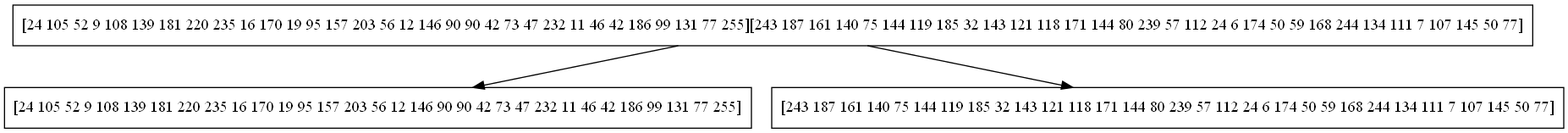
This is Cliente/src/assets/arboles/merkleInventario.png from RojasCJP/EDD_VirtualMall_201900289, a Graphviz export, as it was before one commit. Its source is kept beside it as Cliente/src/assets/graphviz/merkleInventario.dot.
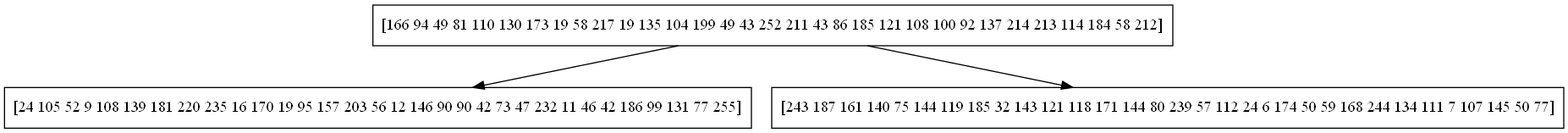
The same file after the commit.

Commit message:
ya se jalan bien los arboles de merkle

What changed in the source:
```diff
@@ -2,7 +2,7 @@
   node [shape=record]
 "[24 105 52 9 108 139 181 220 235 16 170 19 95 157 203 56 12 146 90 90 42 73 47 232 11 46 42 186 99 131 77 255]" [label="[24 105 52 9 108 139 181 220 235 16 170 19 95 157 203 56 12 146 90 90 42 73 47 232 11 46 42 186 99 131 77 255]"]
 "[243 187 161 140 75 144 119 185 32 143 121 118 171 144 80 239 57 112 24 6 174 50 59 168 244 134 111 7 107 145 50 77]" [label="[243 187 161 140 75 144 119 185 32 143 121 118 171 144 80 239 57 112 24 6 174 50 59 168 244 134 111 7 107 145 50 77]"]
-"[24 105 52 9 108 139 181 220 235 16 170 19 95 157 203 56 12 146 90 90 42 73 47 232 11 46 42 186 99 131 77 255][243 187 161 140 75 144 119 185 32 143 121 118 171 144 80 239 57 112 24 6 174 50 59 168 244 134 111 7 107 145 50 77]" [label="[24 105 52 9 108 139 181 220 235 16 170 19 95 157 203 56 12 146 90 90 42 73 47 232 11 46 42 186 99 131 77 255][243 187 161 140 75 144 119 185 32 143 121 118 171 144 80 239 57 112 24 6 174 50 59 168 244 134 111 7 107 145 50 77]"]
-"[24 105 52 9 108 139 181 220 235 16 170 19 95 157 203 56 12 146 90 90 42 73 47 232 11 46 42 186 99 131 77 255][243 187 161 140 75 144 119 185 32 143 121 118 171 144 80 239 57 112 24 6 174 50 59 168 244 134 111 7 107 145 50 77]"->"[24 105 52 9 108 139 181 220 235 16 170 19 95 157 203 56 12 146 90 90 42 73 47 232 11 46 42 186 99 131 77 255]"
-"[24 105 52 9 108 139 181 220 235 16 170 19 95 157 203 56 12 146 90 90 42 73 47 232 11 46 42 186 99 131 77 255][243 187 161 140 75 144 119 185 32 143 121 118 171 144 80 239 57 112 24 6 174 50 59 168 244 134 111 7 107 145 50 77]"->"[243 187 161 140 75 144 119 185 32 143 121 118 171 144 80 239 57 112 24 6 174 50 59 168 244 134 111 7 107 145 50 77]"
+"[166 94 49 81 110 130 173 19 58 217 19 135 104 199 49 43 252 211 43 86 185 121 108 100 92 137 214 213 114 184 58 212]" [label="[166 94 49 81 110 130 173 19 58 217 19 135 104 199 49 43 252 211 43 86 185 121 108 100 92 137 214 213 114 184 58 212]"]
+"[166 94 49 81 110 130 173 19 58 217 19 135 104 199 49 43 252 211 43 86 185 121 108 100 92 137 214 213 114 184 58 212]"->"[24 105 52 9 108 139 181 220 235 16 170 19 95 157 203 56 12 146 90 90 42 73 47 232 11 46 42 186 99 131 77 255]"
+"[166 94 49 81 110 130 173 19 58 217 19 135 104 199 49 43 252 211 43 86 185 121 108 100 92 137 214 213 114 184 58 212]"->"[243 187 161 140 75 144 119 185 32 143 121 118 171 144 80 239 57 112 24 6 174 50 59 168 244 134 111 7 107 145 50 77]"
 }
```
